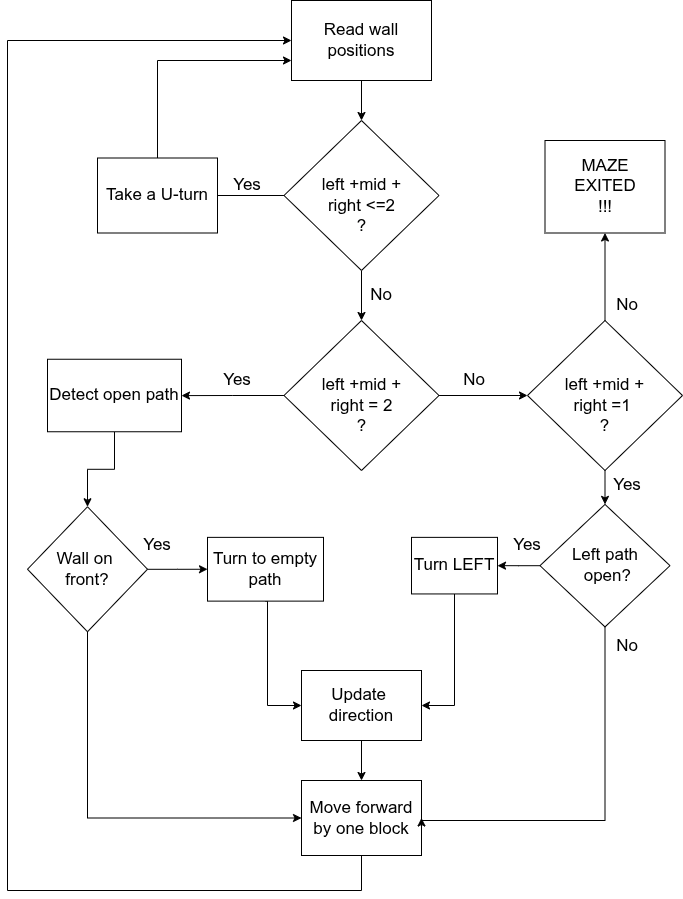
asmitaa16/mazesolver_fpga keeps this draw.io diagram as docs/assets/images/flow2.png. Above is the earlier version. Source tidied: cells renumbered, new cells last; positions are measured from the earlier drawing's top-left corner, leaving out a move shared by most shapes.
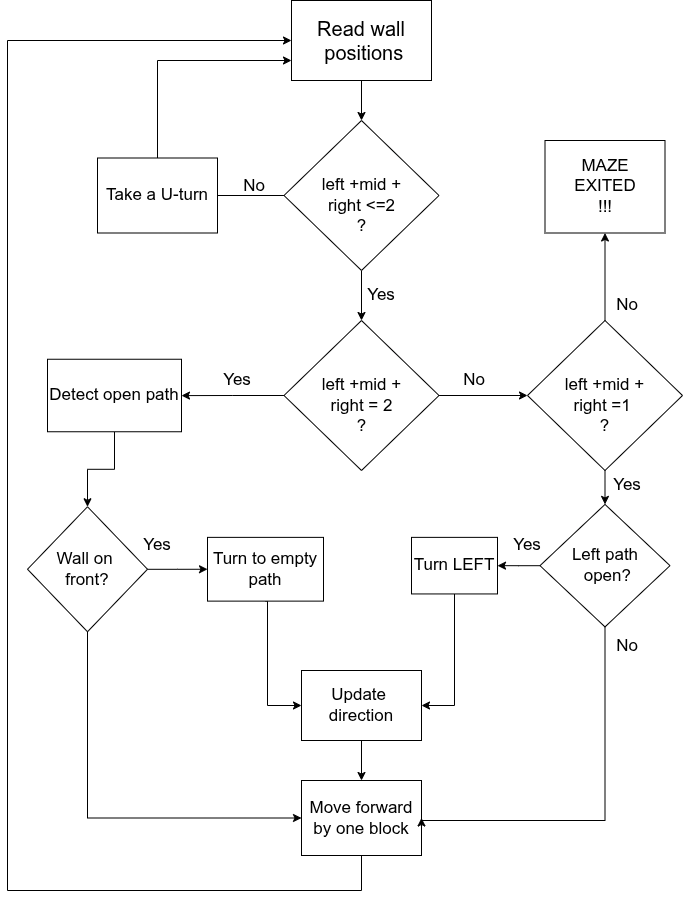
After the commit.

What changed in the source:
```diff
@@ -5,7 +5,7 @@
     <mxCell id="2" style="edgeStyle=orthogonalEdgeStyle;rounded=0;jettySize=auto;html=1;entryX=0.5;entryY=0;entryDx=0;entryDy=0;" parent="1" edge="1" source="3" target="6">
       <mxGeometry relative="1" as="geometry" />
     </mxCell>
-    <mxCell id="3" value="&lt;font style=&quot;font-size: 17px;&quot;&gt;Read wall positions&lt;/font&gt;" style="rounded=0;whiteSpace=wrap;html=1;" parent="1" vertex="1">
+    <mxCell id="3" value="&lt;font style=&quot;font-size: 20px;&quot;&gt;Read wall&lt;/font&gt;&lt;div&gt;&lt;font style=&quot;font-size: 20px;&quot;&gt;&amp;nbsp;positions&lt;/font&gt;&lt;/div&gt;" style="rounded=0;whiteSpace=wrap;html=1;" parent="1" vertex="1">
       <mxGeometry x="284" width="140" height="80" as="geometry" />
     </mxCell>
     <mxCell id="4" style="edgeStyle=orthogonalEdgeStyle;rounded=0;jettySize=auto;html=1;entryX=1;entryY=0.5;entryDx=0;entryDy=0;" parent="1" edge="1" source="6">
@@ -20,7 +20,7 @@
       <mxGeometry x="276.5" y="120" width="155" height="150" as="geometry" />
     </mxCell>
     <mxCell id="7" value="&lt;font style=&quot;font-size: 17px;&quot;&gt;Yes&lt;/font&gt;" style="text;html=1;whiteSpace=wrap;strokeColor=none;fillColor=none;align=center;verticalAlign=middle;rounded=0;" parent="1" vertex="1">
-      <mxGeometry x="210" y="170" width="60" height="30" as="geometry" />
+      <mxGeometry x="344" y="280" width="60" height="30" as="geometry" />
     </mxCell>
     <mxCell id="8" style="edgeStyle=orthogonalEdgeStyle;rounded=0;jettySize=auto;html=1;" parent="1" edge="1" source="10" target="13">
       <mxGeometry relative="1" as="geometry" />
@@ -32,7 +32,7 @@
       <mxGeometry x="276.5" y="320" width="155" height="150" as="geometry" />
     </mxCell>
     <mxCell id="11" value="&lt;span style=&quot;font-size: 17px;&quot;&gt;No&lt;/span&gt;" style="text;html=1;whiteSpace=wrap;strokeColor=none;fillColor=none;align=center;verticalAlign=middle;rounded=0;" parent="1" vertex="1">
-      <mxGeometry x="344" y="280" width="60" height="30" as="geometry" />
+      <mxGeometry x="216.5" y="171.2" width="60" height="30" as="geometry" />
     </mxCell>
     <mxCell id="12" style="edgeStyle=orthogonalEdgeStyle;rounded=0;jettySize=auto;html=1;exitX=0.5;exitY=1;exitDx=0;exitDy=0;entryX=0.5;entryY=0;entryDx=0;entryDy=0;" parent="1" edge="1" source="13" target="21">
       <mxGeometry relative="1" as="geometry" />
```
